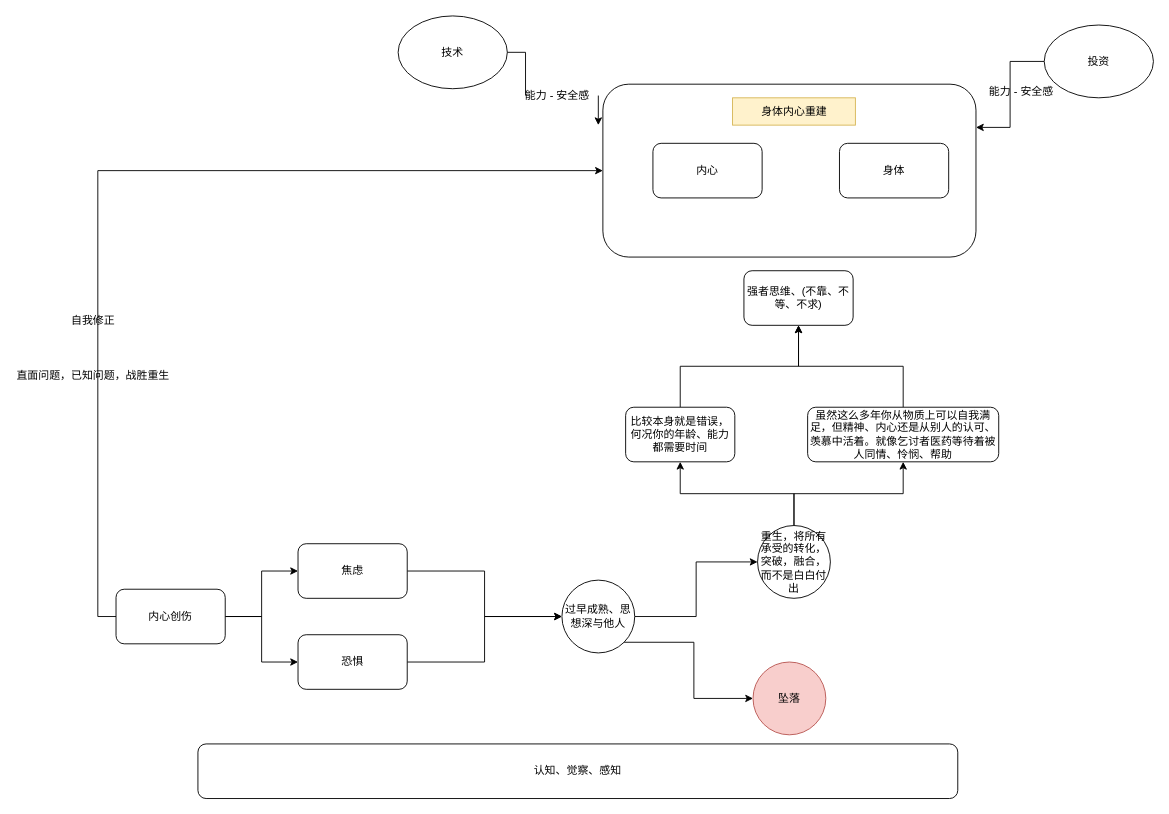
Before: menus/重生与坠落.drawio in Asamiyaa/microservice-k8s-yun, a draw.io diagram. Source tidied: cells renumbered, new cells numbered last; positions are measured from the earlier drawing's top-left corner, leaving out a move shared by most shapes. Both pictures are drawn from the tidied source at 91%, with x=0, y=0 at pixel (15, 15).
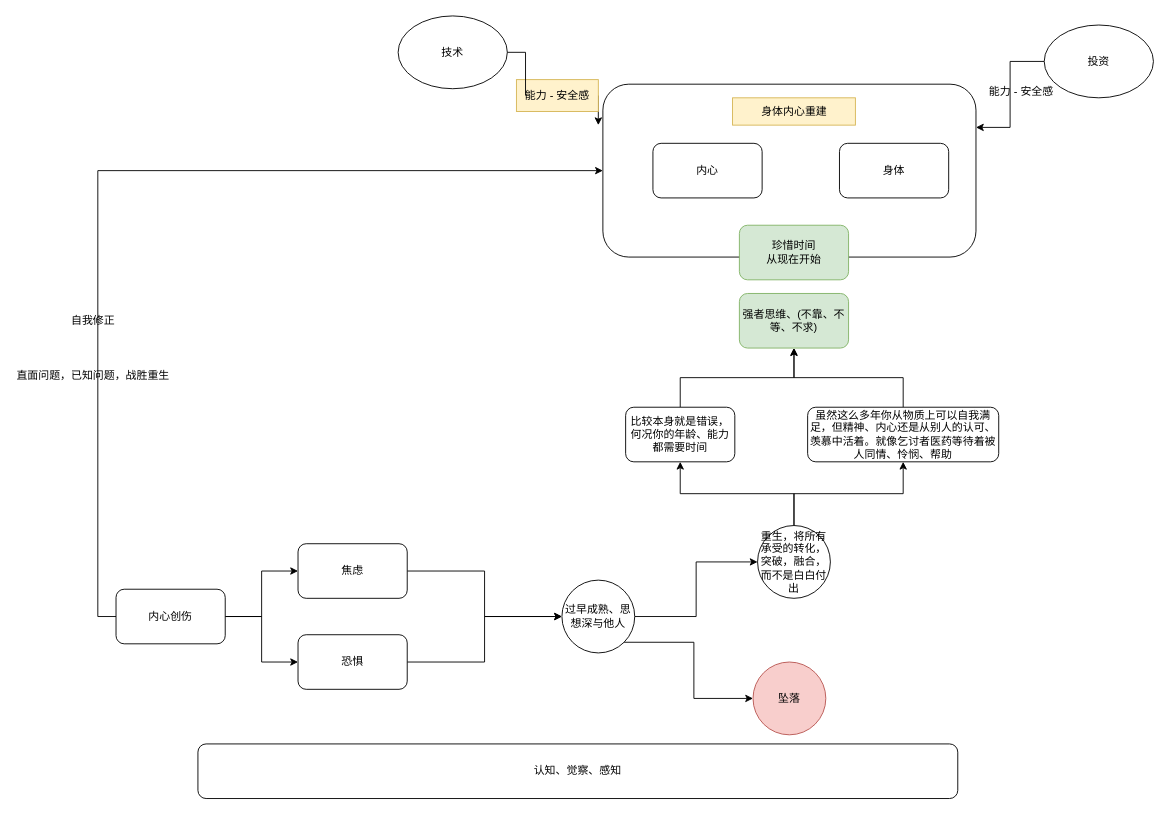
The same page after the edit.

Commit message (it also covers changes not shown here):
更新重生与坠落.drawio

Change to the diagram source:
```diff
@@
-    <mxCell id="18" value="强者思维、(不靠、不等、不求)" style="whiteSpace=wrap;html=1;rounded=1;" parent="1" vertex="1">
-      <mxGeometry x="800" y="280" width="120" height="60" as="geometry" />
+    <mxCell id="18" value="强者思维、(不靠、不等、不求)" style="whiteSpace=wrap;html=1;rounded=1;fillColor=#d5e8d4;strokeColor=#82b366;" parent="1" vertex="1">
+      <mxGeometry x="795" y="305" width="120" height="60" as="geometry" />
     </mxCell>
@@
-    <mxCell id="33" value="能力 - 安全感" style="text;html=1;strokeColor=none;fillColor=none;align=center;verticalAlign=middle;whiteSpace=wrap;rounded=0;" parent="1" vertex="1">
+    <mxCell id="33" value="能力 - 安全感" style="text;html=1;strokeColor=#d6b656;fillColor=#fff2cc;align=center;verticalAlign=middle;whiteSpace=wrap;rounded=0;" parent="1" vertex="1">
       <mxGeometry x="550" y="70" width="90" height="35" as="geometry" />
     </mxCell>
@@
+    <mxCell id="36" value="珍惜时间&lt;br&gt;从现在开始" style="whiteSpace=wrap;html=1;rounded=1;fillColor=#d5e8d4;strokeColor=#82b366;" parent="1" vertex="1">
+      <mxGeometry x="795" y="230" width="120" height="60" as="geometry" />
+    </mxCell>
```
